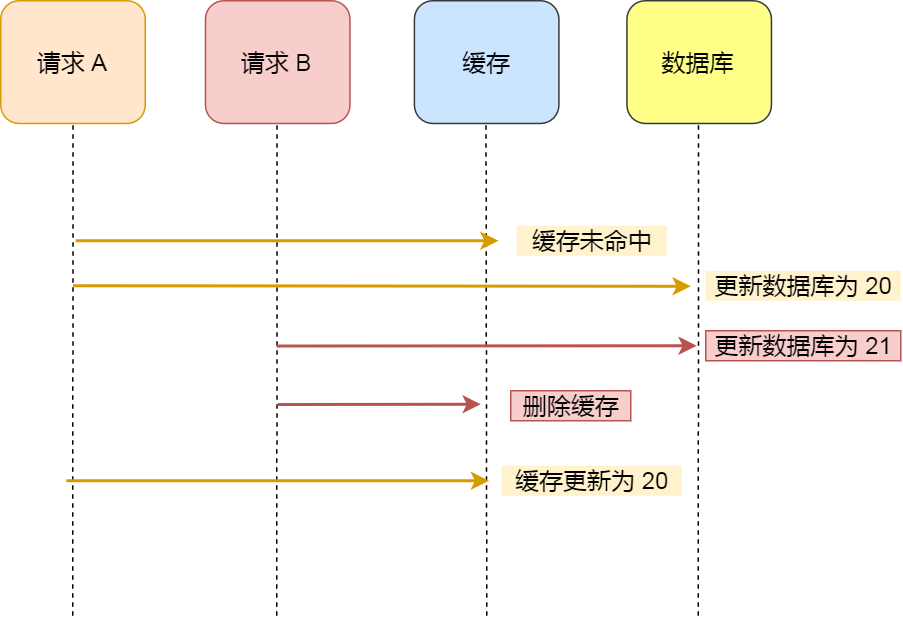
The draw.io diagram redis/缓存/更库删缓.drawio.png in xiaolincoder/ImageHost4, before a commit. Source tidied: cells renumbered, new cells last; positions are measured from the earlier drawing's top-left corner, leaving out a move shared by most shapes. The source it was exported from:
```xml
<mxGraphModel>
  <root>
    <mxCell id="0" />
    <mxCell id="1" parent="0" />
    <mxCell id="2" value="请求 A" style="rounded=1;whiteSpace=wrap;html=1;fontSize=16;fillColor=#ffe6cc;strokeColor=#d79b00;" parent="1" vertex="1">
      <mxGeometry width="96.3" height="81.8" as="geometry" />
    </mxCell>
    <mxCell id="3" value="请求 B" style="rounded=1;whiteSpace=wrap;html=1;fontSize=16;fillColor=#f8cecc;strokeColor=#b85450;" parent="1" vertex="1">
      <mxGeometry x="136.5" width="96.3" height="81.8" as="geometry" />
    </mxCell>
    <mxCell id="4" value="缓存" style="rounded=1;whiteSpace=wrap;html=1;fontSize=16;fillColor=#cce5ff;strokeColor=#36393d;" parent="1" vertex="1">
      <mxGeometry x="275.8" width="96.3" height="81.8" as="geometry" />
    </mxCell>
    <mxCell id="5" value="数据库" style="rounded=1;whiteSpace=wrap;html=1;fontSize=16;fillColor=#ffff88;strokeColor=#36393d;" parent="1" vertex="1">
      <mxGeometry x="417.5" width="96.3" height="81.8" as="geometry" />
    </mxCell>
    <mxCell id="6" style="endArrow=none;html=1;fontSize=16;entryX=0.5;entryY=1;entryDx=0;entryDy=0;dashed=1;" parent="1" edge="1" target="2">
      <mxGeometry x="40" y="640" as="geometry">
        <mxPoint x="48" y="410" as="sourcePoint" />
      </mxGeometry>
    </mxCell>
    <mxCell id="7" style="endArrow=none;html=1;fontSize=16;entryX=0.5;entryY=1;entryDx=0;entryDy=0;dashed=1;" parent="1" edge="1">
      <mxGeometry x="40" y="640" as="geometry">
        <mxPoint x="184" y="410" as="sourcePoint" />
        <mxPoint x="184.2" y="81.8" as="targetPoint" />
      </mxGeometry>
    </mxCell>
    <mxCell id="8" style="endArrow=none;html=1;fontSize=16;entryX=0.5;entryY=1;entryDx=0;entryDy=0;dashed=1;" parent="1" edge="1">
      <mxGeometry x="40" y="640" as="geometry">
        <mxPoint x="324" y="410" as="sourcePoint" />
        <mxPoint x="323.5" y="81.8" as="targetPoint" />
      </mxGeometry>
    </mxCell>
    <mxCell id="9" style="endArrow=none;html=1;fontSize=16;entryX=0.5;entryY=1;entryDx=0;entryDy=0;dashed=1;" parent="1" edge="1">
      <mxGeometry x="40" y="640" as="geometry">
        <mxPoint x="465" y="410" as="sourcePoint" />
        <mxPoint x="465.2" y="81.8" as="targetPoint" />
      </mxGeometry>
    </mxCell>
    <mxCell id="10" style="endArrow=classic;html=1;fontSize=16;fillColor=#ffcd28;strokeColor=#d79b00;gradientColor=#ffa500;strokeWidth=2;" parent="1" edge="1">
      <mxGeometry x="35.6" y="810" as="geometry">
        <mxPoint x="43.7" y="320" as="sourcePoint" />
        <mxPoint x="325.6" y="320" as="targetPoint" />
      </mxGeometry>
    </mxCell>
    <mxCell id="11" value="缓存未命中" style="text;html=1;align=center;verticalAlign=middle;fillColor=#fff2cc;fontSize=16;" parent="1" vertex="1">
      <mxGeometry x="344" y="150" width="100" height="20" as="geometry" />
    </mxCell>
    <mxCell id="12" style="endArrow=classic;html=1;fontSize=16;strokeWidth=2;gradientColor=#ffa500;fillColor=#ffcd28;strokeColor=#d79b00;" parent="1" edge="1">
      <mxGeometry x="40" y="475.5" as="geometry">
        <mxPoint x="48.2" y="190" as="sourcePoint" />
        <mxPoint x="460" y="190.4" as="targetPoint" />
      </mxGeometry>
    </mxCell>
    <mxCell id="13" value="更新数据库为 20" style="text;html=1;align=center;verticalAlign=middle;fillColor=#fff2cc;fontSize=16;strokeWidth=2;" parent="1" vertex="1">
      <mxGeometry x="470" y="180" width="130" height="20" as="geometry" />
    </mxCell>
    <mxCell id="14" style="endArrow=classic;html=1;fontSize=16;strokeWidth=2;gradientColor=#ea6b66;fillColor=#f8cecc;strokeColor=#b85450;" parent="1" edge="1">
      <mxGeometry x="39.3" y="652" as="geometry">
        <mxPoint x="183.9" y="230.2" as="sourcePoint" />
        <mxPoint x="463.9" y="230" as="targetPoint" />
      </mxGeometry>
    </mxCell>
    <mxCell id="15" value="更新数据库为 21" style="text;html=1;align=center;verticalAlign=middle;strokeColor=#b85450;fillColor=#f8cecc;fontSize=16;" parent="1" vertex="1">
      <mxGeometry x="470" y="220" width="130" height="20" as="geometry" />
    </mxCell>
    <mxCell id="16" style="endArrow=classic;html=1;fontSize=16;strokeWidth=2;gradientColor=#ea6b66;fillColor=#f8cecc;strokeColor=#b85450;" parent="1" edge="1">
      <mxGeometry x="40" y="691" as="geometry">
        <mxPoint x="184.6" y="269.2" as="sourcePoint" />
        <mxPoint x="320" y="269" as="targetPoint" />
      </mxGeometry>
    </mxCell>
    <mxCell id="17" value="删除缓存" style="text;html=1;align=center;verticalAlign=middle;strokeColor=#b85450;fillColor=#f8cecc;fontSize=16;" parent="1" vertex="1">
      <mxGeometry x="340" y="260" width="80" height="20" as="geometry" />
    </mxCell>
    <mxCell id="18" style="endArrow=classic;html=1;fontSize=16;fillColor=#ffcd28;strokeColor=#d79b00;gradientColor=#ffa500;strokeWidth=2;" parent="1" edge="1">
      <mxGeometry x="41.8" y="650" as="geometry">
        <mxPoint x="50" y="160" as="sourcePoint" />
        <mxPoint x="331.8" y="160" as="targetPoint" />
      </mxGeometry>
    </mxCell>
    <mxCell id="19" value="缓存更新为 20" style="text;html=1;align=center;verticalAlign=middle;fillColor=#fff2cc;fontSize=16;" parent="1" vertex="1">
      <mxGeometry x="334" y="310" width="120" height="20" as="geometry" />
    </mxCell>
  </root>
</mxGraphModel>
```
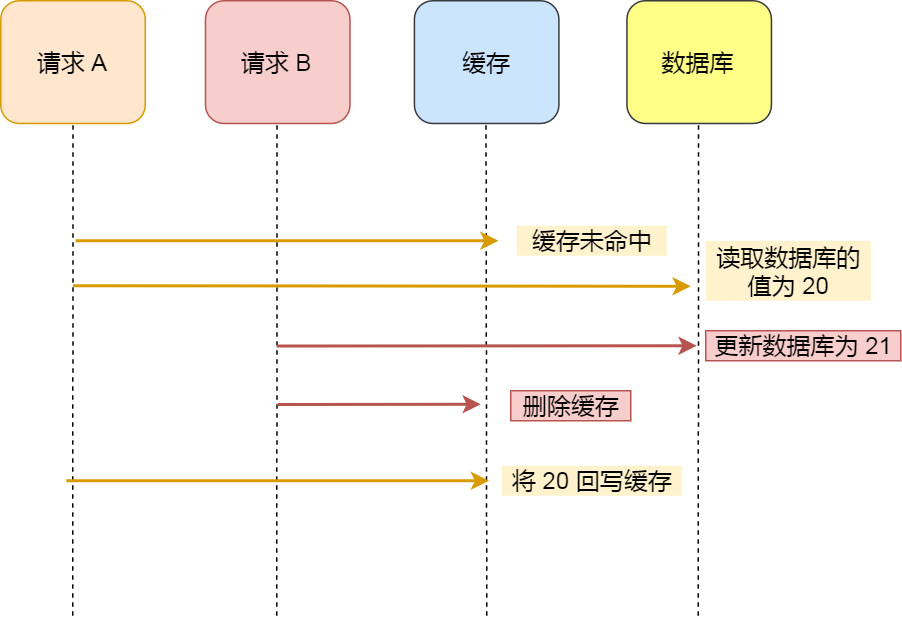
The same diagram one commit later.

Commit message:
已添加 更库删缓1.drawio.png

What changed in the source:
```diff
@@ -52,8 +52,8 @@
         <mxPoint x="460" y="190.4" as="targetPoint" />
       </mxGeometry>
     </mxCell>
-    <mxCell id="13" value="更新数据库为 20" style="text;html=1;align=center;verticalAlign=middle;fillColor=#fff2cc;fontSize=16;strokeWidth=2;" parent="1" vertex="1">
-      <mxGeometry x="470" y="180" width="130" height="20" as="geometry" />
+    <mxCell id="13" value="读取数据库的&lt;br&gt;值为 20" style="text;html=1;align=center;verticalAlign=middle;fillColor=#fff2cc;fontSize=16;strokeWidth=2;" parent="1" vertex="1">
+      <mxGeometry x="470" y="160" width="110" height="40" as="geometry" />
     </mxCell>
     <mxCell id="14" style="endArrow=classic;html=1;fontSize=16;strokeWidth=2;gradientColor=#ea6b66;fillColor=#f8cecc;strokeColor=#b85450;" parent="1" edge="1">
       <mxGeometry x="39.3" y="652" as="geometry">
@@ -79,7 +79,7 @@
         <mxPoint x="331.8" y="160" as="targetPoint" />
       </mxGeometry>
     </mxCell>
-    <mxCell id="19" value="缓存更新为 20" style="text;html=1;align=center;verticalAlign=middle;fillColor=#fff2cc;fontSize=16;" parent="1" vertex="1">
+    <mxCell id="19" value="将 20 回写缓存" style="text;html=1;align=center;verticalAlign=middle;fillColor=#fff2cc;fontSize=16;" parent="1" vertex="1">
       <mxGeometry x="334" y="310" width="120" height="20" as="geometry" />
     </mxCell>
   </root>
```
